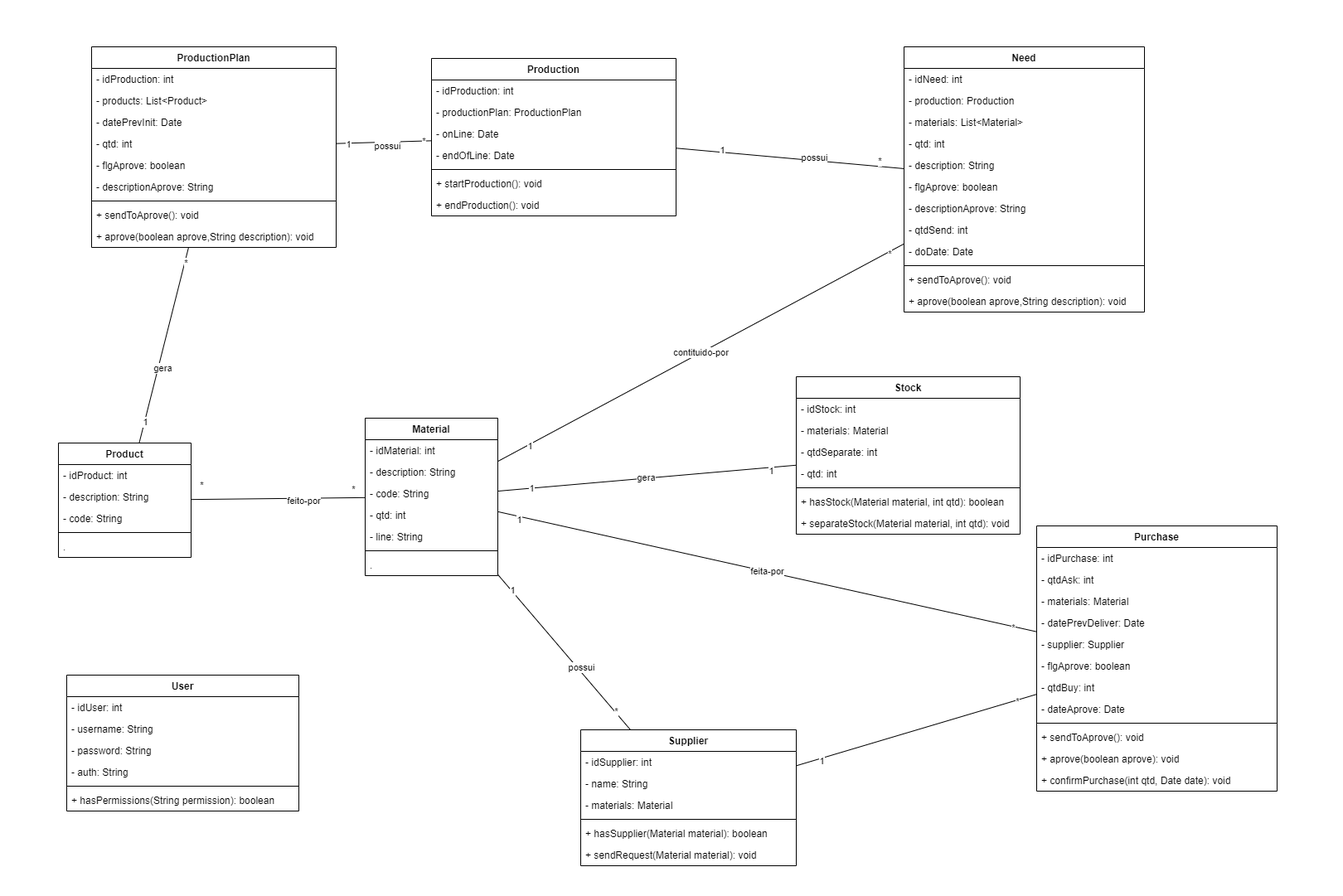
This is docs/imagens/diagram_classes.drawio.png from eduardobandeiramg/mrp, a draw.io export, as it was before one commit. Source tidied: cells renumbered, new cells last; positions are measured from the earlier drawing's top-left corner, leaving out a move shared by most shapes.
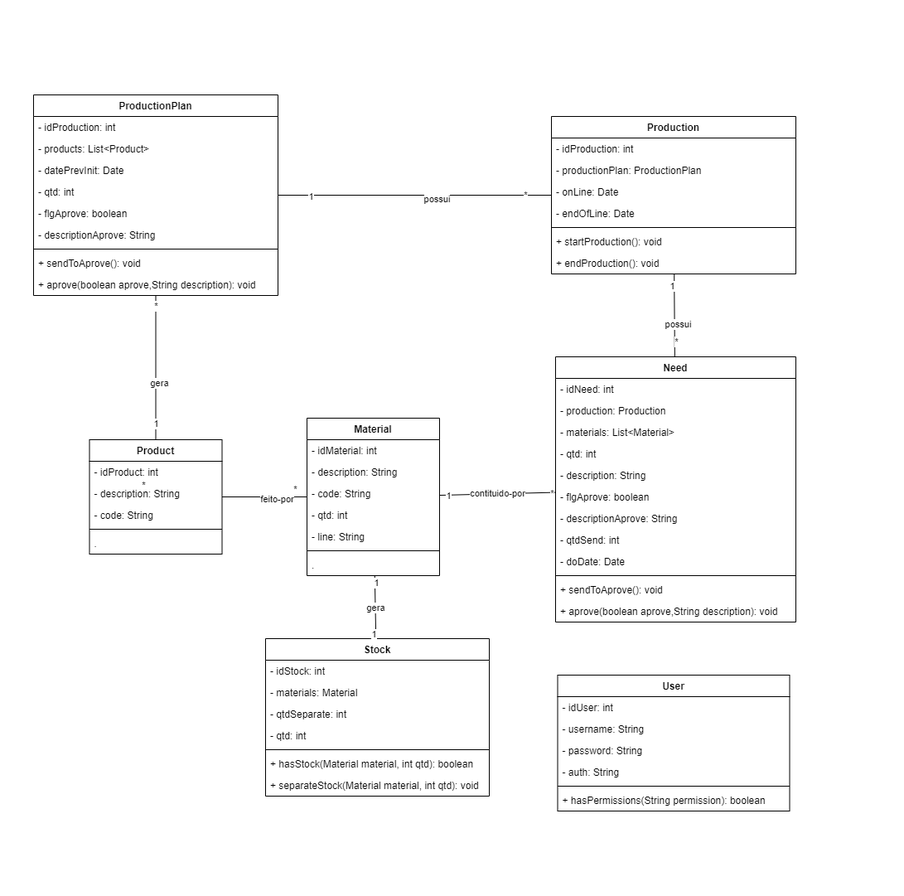
The same file after the commit.

Commit message:
atualização de diagramas

The edit, as a diff of the source:
```diff
@@ -3,10 +3,10 @@
     <mxCell id="0" />
     <mxCell id="1" parent="0" />
     <mxCell id="2" style="rounded=0;whiteSpace=wrap;html=1;strokeColor=none;" parent="1" vertex="1">
-      <mxGeometry width="1618" height="1080" as="geometry" />
+      <mxGeometry x="70" width="1090" height="1080" as="geometry" />
     </mxCell>
     <mxCell id="3" value="Product" style="swimlane;fontStyle=1;align=center;verticalAlign=top;horizontal=1;startSize=26;" parent="1" vertex="1">
-      <mxGeometry x="70" y="534" width="160" height="138" as="geometry" />
+      <mxGeometry x="177.5" y="530" width="160" height="138" as="geometry" />
     </mxCell>
     <mxCell id="4" value="- idProduct: int" style="text;strokeColor=none;fillColor=none;align=left;verticalAlign=top;spacingLeft=4;spacingRight=4;overflow=hidden;" parent="3" vertex="1">
       <mxGeometry y="26" width="160" height="26" as="geometry" />
@@ -24,7 +24,7 @@
       <mxGeometry y="112" width="160" height="26" as="geometry" />
     </mxCell>
     <mxCell id="9" value="ProductionPlan" style="swimlane;fontStyle=1;align=center;verticalAlign=top;horizontal=1;startSize=26;" parent="1" vertex="1">
-      <mxGeometry x="110" y="56" width="295" height="242" as="geometry" />
+      <mxGeometry x="110" y="114" width="295" height="242" as="geometry" />
     </mxCell>
     <mxCell id="10" value="- idProduction: int" style="text;strokeColor=none;fillColor=none;align=left;verticalAlign=top;spacingLeft=4;spacingRight=4;overflow=hidden;" parent="9" vertex="1">
       <mxGeometry y="26" width="295" height="26" as="geometry" />
@@ -54,7 +54,7 @@
       <mxGeometry y="216" width="295" height="26" as="geometry" />
     </mxCell>
     <mxCell id="19" value="User" style="swimlane;fontStyle=1;align=center;verticalAlign=top;horizontal=1;startSize=26;" parent="1" vertex="1">
-      <mxGeometry x="80" y="814" width="280" height="164" as="geometry" />
+      <mxGeometry x="742.5" y="814" width="280" height="164" as="geometry" />
     </mxCell>
     <mxCell id="20" value="- idUser: int" style="text;strokeColor=none;fillColor=none;align=left;verticalAlign=top;spacingLeft=4;spacingRight=4;overflow=hidden;" parent="19" vertex="1">
       <mxGeometry y="26" width="280" height="26" as="geometry" />
@@ -99,7 +99,7 @@
       <mxGeometry y="164" width="160" height="26" as="geometry" />
     </mxCell>
     <mxCell id="34" value="Need" style="swimlane;fontStyle=1;align=center;verticalAlign=top;horizontal=1;startSize=26;" parent="1" vertex="1">
-      <mxGeometry x="1090" y="56" width="290" height="320" as="geometry" />
+      <mxGeometry x="740" y="430" width="290" height="320" as="geometry" />
     </mxCell>
     <mxCell id="35" value="- idNeed: int" style="text;strokeColor=none;fillColor=none;align=left;verticalAlign=top;spacingLeft=4;spacingRight=4;overflow=hidden;" parent="34" vertex="1">
       <mxGeometry y="26" width="290" height="26" as="geometry" />
@@ -138,7 +138,7 @@
       <mxGeometry y="294" width="290" height="26" as="geometry" />
     </mxCell>
     <mxCell id="47" value="Stock" style="swimlane;fontStyle=1;align=center;verticalAlign=top;horizontal=1;startSize=26;" parent="1" vertex="1">
-      <mxGeometry x="960" y="454" width="270" height="190" as="geometry" />
+      <mxGeometry x="390" y="770" width="270" height="190" as="geometry" />
     </mxCell>
     <mxCell id="48" value="- idStock: int" style="text;strokeColor=none;fillColor=none;align=left;verticalAlign=top;spacingLeft=4;spacingRight=4;overflow=hidden;" parent="47" vertex="1">
       <mxGeometry y="26" width="270" height="26" as="geometry" />
@@ -161,66 +161,6 @@
     <mxCell id="54" value="+ separateStock(Material material, int qtd): void" style="text;strokeColor=none;fillColor=none;align=left;verticalAlign=top;spacingLeft=4;spacingRight=4;overflow=hidden;" parent="47" vertex="1">
       <mxGeometry y="164" width="270" height="26" as="geometry" />
     </mxCell>
-    <mxCell id="55" value="Supplier" style="swimlane;fontStyle=1;align=center;verticalAlign=top;horizontal=1;startSize=26;" parent="1" vertex="1">
-      <mxGeometry x="700" y="880" width="260" height="164" as="geometry" />
-    </mxCell>
-    <mxCell id="56" value="- idSupplier: int" style="text;strokeColor=none;fillColor=none;align=left;verticalAlign=top;spacingLeft=4;spacingRight=4;overflow=hidden;" parent="55" vertex="1">
-      <mxGeometry y="26" width="260" height="26" as="geometry" />
-    </mxCell>
-    <mxCell id="57" value="- name: String" style="text;strokeColor=none;fillColor=none;align=left;verticalAlign=top;spacingLeft=4;spacingRight=4;overflow=hidden;" parent="55" vertex="1">
-      <mxGeometry y="52" width="260" height="26" as="geometry" />
-    </mxCell>
-    <mxCell id="58" value="- materials: Material" style="text;strokeColor=none;fillColor=none;align=left;verticalAlign=top;spacingLeft=4;spacingRight=4;overflow=hidden;" parent="55" vertex="1">
-      <mxGeometry y="78" width="260" height="26" as="geometry" />
-    </mxCell>
-    <mxCell id="59" style="line;strokeWidth=1;fillColor=none;align=left;verticalAlign=middle;spacingTop=-1;spacingLeft=3;spacingRight=3;labelPosition=right;strokeColor=inherit;" parent="55" vertex="1">
-      <mxGeometry y="104" width="260" height="8" as="geometry" />
-    </mxCell>
-    <mxCell id="60" value="+ hasSupplier(Material material): boolean" style="text;strokeColor=none;fillColor=none;align=left;verticalAlign=top;spacingLeft=4;spacingRight=4;overflow=hidden;" parent="55" vertex="1">
-      <mxGeometry y="112" width="260" height="26" as="geometry" />
-    </mxCell>
-    <mxCell id="61" value="+ sendRequest(Material material): void" style="text;strokeColor=none;fillColor=none;align=left;verticalAlign=top;spacingLeft=4;spacingRight=4;overflow=hidden;" parent="55" vertex="1">
-      <mxGeometry y="138" width="260" height="26" as="geometry" />
-    </mxCell>
-    <mxCell id="62" value="Purchase" style="swimlane;fontStyle=1;align=center;verticalAlign=top;horizontal=1;startSize=26;" parent="1" vertex="1">
-      <mxGeometry x="1250" y="634" width="290" height="320" as="geometry" />
-    </mxCell>
-    <mxCell id="63" value="- idPurchase: int" style="text;strokeColor=none;fillColor=none;align=left;verticalAlign=top;spacingLeft=4;spacingRight=4;overflow=hidden;" parent="62" vertex="1">
-      <mxGeometry y="26" width="290" height="26" as="geometry" />
-    </mxCell>
-    <mxCell id="64" value="- qtdAsk: int" style="text;strokeColor=none;fillColor=none;align=left;verticalAlign=top;spacingLeft=4;spacingRight=4;overflow=hidden;" parent="62" vertex="1">
-      <mxGeometry y="52" width="290" height="26" as="geometry" />
-    </mxCell>
-    <mxCell id="65" value="- materials: Material" style="text;strokeColor=none;fillColor=none;align=left;verticalAlign=top;spacingLeft=4;spacingRight=4;overflow=hidden;" parent="62" vertex="1">
-      <mxGeometry y="78" width="290" height="26" as="geometry" />
-    </mxCell>
-    <mxCell id="66" value="- datePrevDeliver: Date" style="text;strokeColor=none;fillColor=none;align=left;verticalAlign=top;spacingLeft=4;spacingRight=4;overflow=hidden;" parent="62" vertex="1">
-      <mxGeometry y="104" width="290" height="26" as="geometry" />
-    </mxCell>
-    <mxCell id="67" value="- supplier: Supplier" style="text;strokeColor=none;fillColor=none;align=left;verticalAlign=top;spacingLeft=4;spacingRight=4;overflow=hidden;" parent="62" vertex="1">
-      <mxGeometry y="130" width="290" height="26" as="geometry" />
-    </mxCell>
-    <mxCell id="68" value="- flgAprove: boolean" style="text;strokeColor=none;fillColor=none;align=left;verticalAlign=top;spacingLeft=4;spacingRight=4;overflow=hidden;" parent="62" vertex="1">
-      <mxGeometry y="156" width="290" height="26" as="geometry" />
-    </mxCell>
-    <mxCell id="69" value="- qtdBuy: int" style="text;strokeColor=none;fillColor=none;align=left;verticalAlign=top;spacingLeft=4;spacingRight=4;overflow=hidden;" parent="62" vertex="1">
-      <mxGeometry y="182" width="290" height="26" as="geometry" />
-    </mxCell>
-    <mxCell id="70" value="- dateAprove: Date" style="text;strokeColor=none;fillColor=none;align=left;verticalAlign=top;spacingLeft=4;spacingRight=4;overflow=hidden;" parent="62" vertex="1">
-      <mxGeometry y="208" width="290" height="26" as="geometry" />
-    </mxCell>
-    <mxCell id="71" style="line;strokeWidth=1;fillColor=none;align=left;verticalAlign=middle;spacingTop=-1;spacingLeft=3;spacingRight=3;labelPosition=right;strokeColor=inherit;" parent="62" vertex="1">
-      <mxGeometry y="234" width="290" height="8" as="geometry" />
-    </mxCell>
-    <mxCell id="72" value="+ sendToAprove(): void" style="text;strokeColor=none;fillColor=none;align=left;verticalAlign=top;spacingLeft=4;spacingRight=4;overflow=hidden;" parent="62" vertex="1">
-      <mxGeometry y="242" width="290" height="26" as="geometry" />
-    </mxCell>
-    <mxCell id="73" value="+ aprove(boolean aprove): void" style="text;strokeColor=none;fillColor=none;align=left;verticalAlign=top;spacingLeft=4;spacingRight=4;overflow=hidden;" parent="62" vertex="1">
-      <mxGeometry y="268" width="290" height="26" as="geometry" />
-    </mxCell>
-    <mxCell id="74" value="+ confirmPurchase(int qtd, Date date): void" style="text;strokeColor=none;fillColor=none;align=left;verticalAlign=top;spacingLeft=4;spacingRight=4;overflow=hidden;" parent="62" vertex="1">
-      <mxGeometry y="294" width="290" height="26" as="geometry" />
-    </mxCell>
     <mxCell id="75" style="endArrow=none;endFill=0;endSize=24;html=1;" parent="1" edge="1" source="26" target="3">
       <mxGeometry relative="1" as="geometry" />
     </mxCell>
@@ -273,38 +213,6 @@
     <mxCell id="90" value="1" style="edgeLabel;html=1;align=center;verticalAlign=middle;" parent="88" vertex="1">
       <mxGeometry x="-0.78" y="1" relative="1" as="geometry" />
     </mxCell>
-    <mxCell id="91" style="endArrow=none;endFill=0;endSize=24;html=1;" parent="1" edge="1" source="55" target="26">
-      <mxGeometry relative="1" as="geometry" />
-    </mxCell>
-    <mxCell id="92" value="possui" style="edgeLabel;html=1;align=center;verticalAlign=middle;" parent="91" vertex="1">
-      <mxGeometry x="-0.21" y="-4" relative="1" as="geometry" />
-    </mxCell>
-    <mxCell id="93" value="*" style="edgeLabel;html=1;align=center;verticalAlign=middle;" parent="91" vertex="1">
-      <mxGeometry x="-0.76" y="-1" relative="1" as="geometry" />
-    </mxCell>
-    <mxCell id="94" value="1" style="edgeLabel;html=1;align=center;verticalAlign=middle;" parent="91" vertex="1">
-      <mxGeometry x="0.81" y="-2" relative="1" as="geometry">
-        <mxPoint y="1" as="offset" />
-      </mxGeometry>
-    </mxCell>
-    <mxCell id="95" value="feita-por" style="endArrow=none;endFill=0;endSize=24;html=1;" parent="1" edge="1" source="62" target="26">
-      <mxGeometry relative="1" as="geometry" />
-    </mxCell>
-    <mxCell id="96" value="1" style="edgeLabel;html=1;align=center;verticalAlign=middle;" parent="95" vertex="1">
-      <mxGeometry x="0.92" y="3" relative="1" as="geometry" />
-    </mxCell>
-    <mxCell id="97" value="*" style="edgeLabel;html=1;align=center;verticalAlign=middle;" parent="95" vertex="1">
-      <mxGeometry x="-0.91" y="1" relative="1" as="geometry" />
-    </mxCell>
-    <mxCell id="98" style="endArrow=none;html=1;" parent="1" edge="1" source="55" target="62">
-      <mxGeometry relative="1" as="geometry" />
-    </mxCell>
-    <mxCell id="99" value="1" style="edgeLabel;html=1;align=center;verticalAlign=middle;" parent="98" vertex="1">
-      <mxGeometry x="-0.8" y="-2" relative="1" as="geometry" />
-    </mxCell>
-    <mxCell id="100" value="*" style="edgeLabel;html=1;align=center;verticalAlign=middle;" parent="98" vertex="1">
-      <mxGeometry x="0.83" relative="1" as="geometry" />
-    </mxCell>
     <mxCell id="101" value="*" style="edgeLabel;html=1;align=center;verticalAlign=middle;" parent="1" vertex="1">
       <mxGeometry x="190" y="539" as="geometry">
         <mxPoint x="235" y="50" as="offset" />
@@ -316,7 +224,7 @@
       </mxGeometry>
     </mxCell>
     <mxCell id="103" value="Production" style="swimlane;fontStyle=1;align=center;verticalAlign=top;horizontal=1;startSize=26;" parent="1" vertex="1">
-      <mxGeometry x="520" y="70" width="295" height="190" as="geometry" />
+      <mxGeometry x="735" y="140" width="295" height="190" as="geometry" />
     </mxCell>
     <mxCell id="104" value="- idProduction: int" style="text;strokeColor=none;fillColor=none;align=left;verticalAlign=top;spacingLeft=4;spacingRight=4;overflow=hidden;" parent="103" vertex="1">
       <mxGeometry y="26" width="295" height="26" as="geometry" />
```
